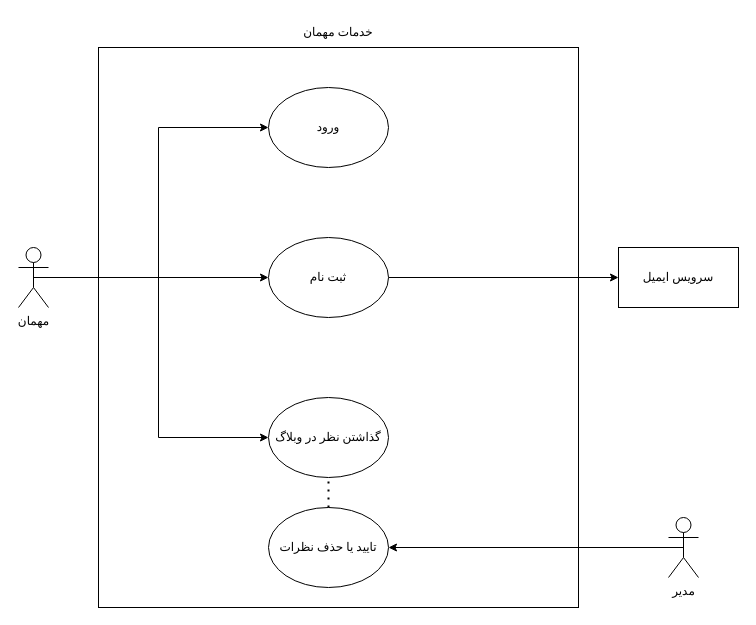
Earlier version of the draw.io diagram guest.drawio (arsalanyavari/software-lab). Source tidied: cells renumbered, new cells numbered last; positions are measured from the earlier drawing's top-left corner, leaving out a move shared by most shapes. Both pictures are drawn from the tidied source at 100%, with x=0, y=0 at pixel (18, 17).
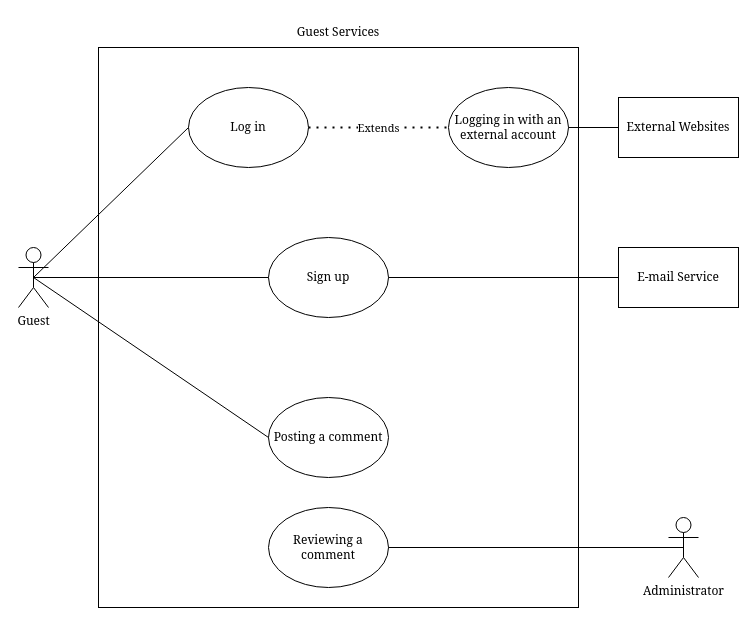
The same diagram, later.

Diff of the diagram source:
```diff
@@
 <mxGraphModel>
   <root>
     <mxCell id="0" />
     <mxCell id="1" parent="0" />
     <mxCell id="2" style="rounded=0;whiteSpace=wrap;html=1;fontFamily=Georgia;" parent="1" vertex="1">
       <mxGeometry x="80" y="30" width="480" height="560" as="geometry" />
     </mxCell>
-    <mxCell id="3" style="edgeStyle=orthogonalEdgeStyle;rounded=0;jettySize=auto;html=1;exitX=0.5;exitY=0.5;exitDx=0;exitDy=0;exitPerimeter=0;entryX=0;entryY=0.5;entryDx=0;entryDy=0;fontFamily=Georgia;" parent="1" edge="1" source="6" target="13">
-      <mxGeometry relative="1" as="geometry" />
-    </mxCell>
-    <mxCell id="4" style="edgeStyle=orthogonalEdgeStyle;rounded=0;jettySize=auto;html=1;exitX=0.5;exitY=0.5;exitDx=0;exitDy=0;exitPerimeter=0;fontFamily=Georgia;" parent="1" edge="1" source="6" target="12">
-      <mxGeometry relative="1" as="geometry" />
-    </mxCell>
-    <mxCell id="5" style="edgeStyle=orthogonalEdgeStyle;rounded=0;jettySize=auto;html=1;exitX=0.5;exitY=0.5;exitDx=0;exitDy=0;exitPerimeter=0;entryX=0;entryY=0.5;entryDx=0;entryDy=0;fontFamily=Georgia;" parent="1" edge="1" source="6" target="10">
-      <mxGeometry relative="1" as="geometry" />
-    </mxCell>
-    <mxCell id="6" value="&lt;div&gt;مهمان&lt;/div&gt;" style="shape=umlActor;verticalLabelPosition=bottom;verticalAlign=top;html=1;outlineConnect=0;fontFamily=Georgia;" parent="1" vertex="1">
+    <mxCell id="6" value="&lt;div&gt;Guest&lt;/div&gt;" style="shape=umlActor;verticalLabelPosition=bottom;verticalAlign=top;html=1;outlineConnect=0;fontFamily=Georgia;" parent="1" vertex="1">
       <mxGeometry y="230" width="30" height="60" as="geometry" />
     </mxCell>
-    <mxCell id="7" value="&lt;div&gt;خدمات مهمان&lt;/div&gt;" style="text;html=1;strokeColor=none;fillColor=none;align=center;verticalAlign=middle;whiteSpace=wrap;rounded=0;fontFamily=Georgia;" parent="1" vertex="1">
+    <mxCell id="7" value="&lt;div&gt;Guest Services&lt;/div&gt;" style="text;html=1;strokeColor=none;fillColor=none;align=center;verticalAlign=middle;whiteSpace=wrap;rounded=0;fontFamily=Georgia;" parent="1" vertex="1">
       <mxGeometry x="260" width="120" height="30" as="geometry" />
     </mxCell>
-    <mxCell id="8" style="edgeStyle=orthogonalEdgeStyle;rounded=0;jettySize=auto;html=1;exitX=0.5;exitY=0.5;exitDx=0;exitDy=0;exitPerimeter=0;entryX=1;entryY=0.5;entryDx=0;entryDy=0;fontFamily=Georgia;" parent="1" edge="1" source="9" target="15">
-      <mxGeometry relative="1" as="geometry" />
-    </mxCell>
-    <mxCell id="9" value="&lt;div&gt;مدیر&lt;/div&gt;" style="shape=umlActor;verticalLabelPosition=bottom;verticalAlign=top;html=1;outlineConnect=0;fontFamily=Georgia;" parent="1" vertex="1">
+    <mxCell id="9" value="&lt;div&gt;Administrator&lt;/div&gt;" style="shape=umlActor;verticalLabelPosition=bottom;verticalAlign=top;html=1;outlineConnect=0;fontFamily=Georgia;" parent="1" vertex="1">
       <mxGeometry x="650" y="500" width="30" height="60" as="geometry" />
     </mxCell>
-    <mxCell id="10" value="&lt;div&gt;ورود&lt;/div&gt;" style="ellipse;whiteSpace=wrap;html=1;fontFamily=Georgia;" parent="1" vertex="1">
-      <mxGeometry x="250" y="70" width="120" height="80" as="geometry" />
+    <mxCell id="10" value="&lt;div&gt;Log in&lt;br&gt;&lt;/div&gt;" style="ellipse;whiteSpace=wrap;html=1;fontFamily=Georgia;" parent="1" vertex="1">
+      <mxGeometry x="170" y="70" width="120" height="80" as="geometry" />
     </mxCell>
-    <mxCell id="11" style="edgeStyle=orthogonalEdgeStyle;rounded=0;jettySize=auto;html=1;entryX=0;entryY=0.5;entryDx=0;entryDy=0;fontFamily=Georgia;" parent="1" edge="1" source="12" target="14">
-      <mxGeometry relative="1" as="geometry" />
-    </mxCell>
-    <mxCell id="12" value="&lt;div&gt;ثبت نام&lt;/div&gt;" style="ellipse;whiteSpace=wrap;html=1;fontFamily=Georgia;" parent="1" vertex="1">
+    <mxCell id="12" value="Sign up" style="ellipse;whiteSpace=wrap;html=1;fontFamily=Georgia;" parent="1" vertex="1">
       <mxGeometry x="250" y="220" width="120" height="80" as="geometry" />
     </mxCell>
-    <mxCell id="13" value="گذاشتن نظر در وبلاگ" style="ellipse;whiteSpace=wrap;html=1;fontFamily=Georgia;" parent="1" vertex="1">
+    <mxCell id="13" value="Posting a comment" style="ellipse;whiteSpace=wrap;html=1;fontFamily=Georgia;" parent="1" vertex="1">
       <mxGeometry x="250" y="380" width="120" height="80" as="geometry" />
     </mxCell>
-    <mxCell id="14" value="سرویس ایمیل" style="rounded=0;whiteSpace=wrap;html=1;fontFamily=Georgia;" parent="1" vertex="1">
+    <mxCell id="14" value="&lt;div&gt;E-mail Service&lt;/div&gt;" style="rounded=0;whiteSpace=wrap;html=1;fontFamily=Georgia;" parent="1" vertex="1">
       <mxGeometry x="600" y="230" width="120" height="60" as="geometry" />
     </mxCell>
-    <mxCell id="15" value="تایید یا حذف نظرات" style="ellipse;whiteSpace=wrap;html=1;fontFamily=Georgia;" parent="1" vertex="1">
+    <mxCell id="15" value="Reviewing a comment" style="ellipse;whiteSpace=wrap;html=1;fontFamily=Georgia;" parent="1" vertex="1">
       <mxGeometry x="250" y="490" width="120" height="80" as="geometry" />
     </mxCell>
-    <mxCell id="16" value="&lt;div&gt;&lt;br&gt;&lt;/div&gt;" style="endArrow=none;dashed=1;html=1;dashPattern=1 3;strokeWidth=2;rounded=0;fontFamily=Georgia;entryX=0.5;entryY=1;entryDx=0;entryDy=0;exitX=0.5;exitY=0;exitDx=0;exitDy=0;" parent="1" edge="1" source="15" target="13">
-      <mxGeometry relative="1" as="geometry" />
-    </mxCell>
+    <mxCell id="17" value="&lt;div&gt;&lt;font face=&quot;Georgia&quot;&gt;Logging in with an external account&lt;/font&gt;&lt;/div&gt;" style="ellipse;whiteSpace=wrap;html=1;" parent="1" vertex="1">
+      <mxGeometry x="430" y="70" width="120" height="80" as="geometry" />
+    </mxCell>
+    <mxCell id="18" value="Extends" style="endArrow=none;dashed=1;html=1;dashPattern=1 3;strokeWidth=2;rounded=0;fontFamily=Georgia;entryX=0;entryY=0.5;entryDx=0;entryDy=0;exitX=1;exitY=0.5;exitDx=0;exitDy=0;" parent="1" edge="1" source="10" target="17">
+      <mxGeometry relative="1" as="geometry" />
+    </mxCell>
+    <mxCell id="11" style="endArrow=none;html=1;rounded=0;fontFamily=Georgia;entryX=0;entryY=0.5;entryDx=0;entryDy=0;exitX=1;exitY=0.5;exitDx=0;exitDy=0;" parent="1" edge="1" source="12" target="14">
+      <mxGeometry relative="1" as="geometry" />
+    </mxCell>
+    <mxCell id="5" style="endArrow=none;html=1;rounded=0;fontFamily=Georgia;entryX=0;entryY=0.5;entryDx=0;entryDy=0;exitX=0.5;exitY=0.5;exitDx=0;exitDy=0;exitPerimeter=0;" parent="1" edge="1" source="6" target="10">
+      <mxGeometry relative="1" as="geometry" />
+    </mxCell>
+    <mxCell id="4" style="endArrow=none;html=1;rounded=0;fontFamily=Georgia;entryX=0;entryY=0.5;entryDx=0;entryDy=0;exitX=0.5;exitY=0.5;exitDx=0;exitDy=0;exitPerimeter=0;" parent="1" edge="1" source="6" target="12">
+      <mxGeometry relative="1" as="geometry" />
+    </mxCell>
+    <mxCell id="19" style="endArrow=none;html=1;rounded=0;fontFamily=Georgia;entryX=0.5;entryY=0.5;entryDx=0;entryDy=0;entryPerimeter=0;exitX=0;exitY=0.5;exitDx=0;exitDy=0;" parent="1" edge="1" source="13" target="6">
+      <mxGeometry relative="1" as="geometry" />
+    </mxCell>
+    <mxCell id="20" style="endArrow=none;html=1;rounded=0;fontFamily=Georgia;entryX=0.5;entryY=0.5;entryDx=0;entryDy=0;entryPerimeter=0;exitX=1;exitY=0.5;exitDx=0;exitDy=0;" parent="1" edge="1" source="15" target="9">
+      <mxGeometry relative="1" as="geometry" />
+    </mxCell>
+    <mxCell id="21" value="External Websites" style="rounded=0;whiteSpace=wrap;html=1;fontFamily=Georgia;" parent="1" vertex="1">
+      <mxGeometry x="600" y="80" width="120" height="60" as="geometry" />
+    </mxCell>
+    <mxCell id="22" style="endArrow=none;html=1;rounded=0;fontFamily=Georgia;entryX=0;entryY=0.5;entryDx=0;entryDy=0;exitX=1;exitY=0.5;exitDx=0;exitDy=0;" parent="1" edge="1" source="17" target="21">
+      <mxGeometry relative="1" as="geometry" />
+    </mxCell>
   </root>
 </mxGraphModel>
```
